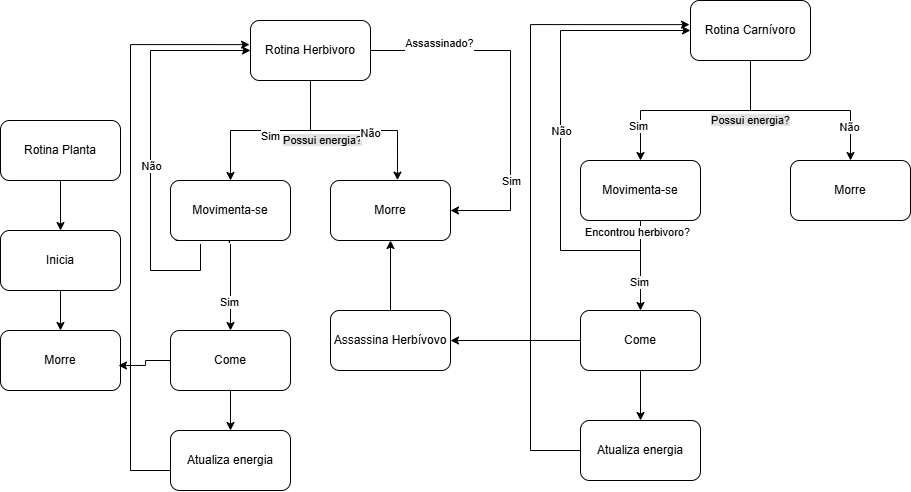
Above: documentacao/assets/flow_vida_animal.png in UnBParadigmas2024-2/2024.2-SMA-VidaSelvagem (draw.io), before the change. Source tidied: cells renumbered, new cells last; positions are measured from the earlier drawing's top-left corner, leaving out a move shared by most shapes. Source of this version:
```xml
<mxGraphModel>
  <root>
    <mxCell id="0" />
    <mxCell id="1" parent="0" />
    <mxCell id="2" style="edgeStyle=orthogonalEdgeStyle;rounded=0;jettySize=auto;html=1;" parent="1" edge="1" source="3" target="5">
      <mxGeometry relative="1" as="geometry" />
    </mxCell>
    <mxCell id="3" value="Rotina Planta" style="rounded=1;whiteSpace=wrap;html=1;" parent="1" vertex="1">
      <mxGeometry y="120" width="120" height="60" as="geometry" />
    </mxCell>
    <mxCell id="4" style="edgeStyle=orthogonalEdgeStyle;rounded=0;jettySize=auto;html=1;entryX=0.5;entryY=0;entryDx=0;entryDy=0;" parent="1" edge="1" source="5" target="6">
      <mxGeometry relative="1" as="geometry" />
    </mxCell>
    <mxCell id="5" value="Inicia" style="rounded=1;whiteSpace=wrap;html=1;" parent="1" vertex="1">
      <mxGeometry y="230" width="120" height="60" as="geometry" />
    </mxCell>
    <mxCell id="6" value="Morre" style="rounded=1;whiteSpace=wrap;html=1;" parent="1" vertex="1">
      <mxGeometry y="330" width="120" height="60" as="geometry" />
    </mxCell>
    <mxCell id="7" style="edgeStyle=orthogonalEdgeStyle;rounded=0;jettySize=auto;html=1;" parent="1" edge="1" source="15" target="21">
      <mxGeometry relative="1" as="geometry" />
    </mxCell>
    <mxCell id="8" value="Sim" style="edgeLabel;html=1;align=center;verticalAlign=middle;" parent="7" vertex="1">
      <mxGeometry x="0.67" y="-2" relative="1" as="geometry">
        <mxPoint x="42" y="-15" as="offset" />
      </mxGeometry>
    </mxCell>
    <mxCell id="9" value="&lt;span style=&quot;background-color: rgb(227, 227, 227);&quot;&gt;Possui energia?&lt;/span&gt;" style="edgeLabel;html=1;align=center;verticalAlign=middle;labelBackgroundColor=#FFFFFF;" parent="7" vertex="1">
      <mxGeometry x="-0.24" relative="1" as="geometry">
        <mxPoint x="30" y="10" as="offset" />
      </mxGeometry>
    </mxCell>
    <mxCell id="10" style="edgeStyle=orthogonalEdgeStyle;rounded=0;jettySize=auto;html=1;entryX=0.558;entryY=-0.006;entryDx=0;entryDy=0;entryPerimeter=0;" parent="1" edge="1" source="15" target="22">
      <mxGeometry relative="1" as="geometry" />
    </mxCell>
    <mxCell id="11" value="Não" style="edgeLabel;html=1;align=center;verticalAlign=middle;" parent="10" vertex="1">
      <mxGeometry x="0.67" y="-1" relative="1" as="geometry">
        <mxPoint x="-26" y="-15" as="offset" />
      </mxGeometry>
    </mxCell>
    <mxCell id="12" style="edgeStyle=orthogonalEdgeStyle;rounded=0;jettySize=auto;html=1;entryX=1;entryY=0.5;entryDx=0;entryDy=0;exitX=1;exitY=0.5;exitDx=0;exitDy=0;" parent="1" edge="1" source="15" target="22">
      <mxGeometry relative="1" as="geometry">
        <Array as="points">
          <mxPoint x="510" y="50" />
          <mxPoint x="510" y="210" />
        </Array>
      </mxGeometry>
    </mxCell>
    <mxCell id="13" value="Assassinado?&lt;div&gt;&lt;br&gt;&lt;/div&gt;" style="edgeLabel;html=1;align=center;verticalAlign=middle;" parent="12" vertex="1">
      <mxGeometry x="-0.62" y="1" relative="1" as="geometry">
        <mxPoint y="1" as="offset" />
      </mxGeometry>
    </mxCell>
    <mxCell id="14" value="Sim" style="edgeLabel;html=1;align=center;verticalAlign=middle;" parent="12" vertex="1">
      <mxGeometry x="0.5" y="1" relative="1" as="geometry" />
    </mxCell>
    <mxCell id="15" value="Rotina Herbivoro" style="rounded=1;whiteSpace=wrap;html=1;" parent="1" vertex="1">
      <mxGeometry x="250" y="20" width="120" height="60" as="geometry" />
    </mxCell>
    <mxCell id="16" style="edgeStyle=orthogonalEdgeStyle;rounded=0;jettySize=auto;html=1;" parent="1" edge="1" source="21" target="24">
      <mxGeometry relative="1" as="geometry" />
    </mxCell>
    <mxCell id="17" value="Sim" style="edgeLabel;html=1;align=center;verticalAlign=middle;" parent="16" vertex="1">
      <mxGeometry x="0.38" y="-1" relative="1" as="geometry" />
    </mxCell>
    <mxCell id="18" style="edgeStyle=orthogonalEdgeStyle;rounded=0;jettySize=auto;html=1;entryX=0;entryY=0.5;entryDx=0;entryDy=0;exitX=0.5;exitY=1;exitDx=0;exitDy=0;" parent="1" edge="1" source="21" target="15">
      <mxGeometry relative="1" as="geometry">
        <Array as="points">
          <mxPoint x="200" y="240" />
          <mxPoint x="200" y="270" />
          <mxPoint x="150" y="270" />
          <mxPoint x="150" y="50" />
        </Array>
      </mxGeometry>
    </mxCell>
    <mxCell id="19" value="Não" style="edgeLabel;html=1;align=center;verticalAlign=middle;" parent="18" vertex="1">
      <mxGeometry y="-1" relative="1" as="geometry" />
    </mxCell>
    <mxCell id="20" value="Encontrou planta?" style="edgeLabel;html=1;align=center;verticalAlign=middle;" parent="18" vertex="1">
      <mxGeometry x="-0.95" y="-3" relative="1" as="geometry" />
    </mxCell>
    <mxCell id="21" value="Movimenta-se" style="rounded=1;whiteSpace=wrap;html=1;" parent="1" vertex="1">
      <mxGeometry x="170" y="180" width="120" height="60" as="geometry" />
    </mxCell>
    <mxCell id="22" value="Morre" style="rounded=1;whiteSpace=wrap;html=1;" parent="1" vertex="1">
      <mxGeometry x="330" y="180" width="120" height="60" as="geometry" />
    </mxCell>
    <mxCell id="23" style="edgeStyle=orthogonalEdgeStyle;rounded=0;jettySize=auto;html=1;" parent="1" edge="1" source="24" target="25">
      <mxGeometry relative="1" as="geometry" />
    </mxCell>
    <mxCell id="24" value="Come" style="rounded=1;whiteSpace=wrap;html=1;" parent="1" vertex="1">
      <mxGeometry x="170" y="330" width="120" height="60" as="geometry" />
    </mxCell>
    <mxCell id="25" value="Atualiza energia" style="rounded=1;whiteSpace=wrap;html=1;" parent="1" vertex="1">
      <mxGeometry x="170" y="430" width="120" height="60" as="geometry" />
    </mxCell>
    <mxCell id="26" style="edgeStyle=orthogonalEdgeStyle;rounded=0;jettySize=auto;html=1;entryX=-0.008;entryY=0.402;entryDx=0;entryDy=0;entryPerimeter=0;" parent="1" edge="1" source="25" target="15">
      <mxGeometry relative="1" as="geometry">
        <Array as="points">
          <mxPoint x="130" y="470" />
          <mxPoint x="130" y="44" />
        </Array>
      </mxGeometry>
    </mxCell>
    <mxCell id="27" style="edgeStyle=orthogonalEdgeStyle;rounded=0;jettySize=auto;html=1;entryX=0.983;entryY=0.583;entryDx=0;entryDy=0;entryPerimeter=0;" parent="1" edge="1" source="24" target="6">
      <mxGeometry relative="1" as="geometry" />
    </mxCell>
    <mxCell id="28" style="edgeStyle=orthogonalEdgeStyle;rounded=0;jettySize=auto;html=1;" parent="1" edge="1" source="33" target="39">
      <mxGeometry relative="1" as="geometry" />
    </mxCell>
    <mxCell id="29" value="Sim" style="edgeLabel;html=1;align=center;verticalAlign=middle;" parent="28" vertex="1">
      <mxGeometry x="0.67" y="-2" relative="1" as="geometry" />
    </mxCell>
    <mxCell id="30" value="&lt;span style=&quot;background-color: rgb(227, 227, 227);&quot;&gt;Possui energia?&lt;/span&gt;" style="edgeLabel;html=1;align=center;verticalAlign=middle;labelBackgroundColor=#FFFFFF;" parent="28" vertex="1">
      <mxGeometry x="-0.24" relative="1" as="geometry">
        <mxPoint x="30" y="10" as="offset" />
      </mxGeometry>
    </mxCell>
    <mxCell id="31" style="edgeStyle=orthogonalEdgeStyle;rounded=0;jettySize=auto;html=1;" parent="1" edge="1" source="33" target="40">
      <mxGeometry relative="1" as="geometry" />
    </mxCell>
    <mxCell id="32" value="Não" style="edgeLabel;html=1;align=center;verticalAlign=middle;" parent="31" vertex="1">
      <mxGeometry x="0.67" y="-1" relative="1" as="geometry" />
    </mxCell>
    <mxCell id="33" value="Rotina Carnívoro" style="rounded=1;whiteSpace=wrap;html=1;" parent="1" vertex="1">
      <mxGeometry x="690" width="120" height="60" as="geometry" />
    </mxCell>
    <mxCell id="34" style="edgeStyle=orthogonalEdgeStyle;rounded=0;jettySize=auto;html=1;" parent="1" edge="1" source="39" target="43">
      <mxGeometry relative="1" as="geometry" />
    </mxCell>
    <mxCell id="35" value="Sim" style="edgeLabel;html=1;align=center;verticalAlign=middle;" parent="34" vertex="1">
      <mxGeometry x="0.38" y="-1" relative="1" as="geometry" />
    </mxCell>
    <mxCell id="36" style="edgeStyle=orthogonalEdgeStyle;rounded=0;jettySize=auto;html=1;entryX=0;entryY=0.5;entryDx=0;entryDy=0;exitX=0.5;exitY=1;exitDx=0;exitDy=0;" parent="1" edge="1" source="39" target="33">
      <mxGeometry relative="1" as="geometry">
        <Array as="points">
          <mxPoint x="640" y="250" />
          <mxPoint x="560" y="250" />
          <mxPoint x="560" y="30" />
        </Array>
      </mxGeometry>
    </mxCell>
    <mxCell id="37" value="Não" style="edgeLabel;html=1;align=center;verticalAlign=middle;" parent="36" vertex="1">
      <mxGeometry y="-1" relative="1" as="geometry" />
    </mxCell>
    <mxCell id="38" value="Encontrou herbivoro?" style="edgeLabel;html=1;align=center;verticalAlign=middle;" parent="36" vertex="1">
      <mxGeometry x="-0.95" y="-3" relative="1" as="geometry" />
    </mxCell>
    <mxCell id="39" value="Movimenta-se" style="rounded=1;whiteSpace=wrap;html=1;" parent="1" vertex="1">
      <mxGeometry x="580" y="160" width="120" height="60" as="geometry" />
    </mxCell>
    <mxCell id="40" value="Morre" style="rounded=1;whiteSpace=wrap;html=1;" parent="1" vertex="1">
      <mxGeometry x="790" y="160" width="120" height="60" as="geometry" />
    </mxCell>
    <mxCell id="41" style="edgeStyle=orthogonalEdgeStyle;rounded=0;jettySize=auto;html=1;" parent="1" edge="1" source="43" target="44">
      <mxGeometry relative="1" as="geometry" />
    </mxCell>
    <mxCell id="42" style="edgeStyle=orthogonalEdgeStyle;rounded=0;jettySize=auto;html=1;" parent="1" edge="1" source="43" target="47">
      <mxGeometry relative="1" as="geometry" />
    </mxCell>
    <mxCell id="43" value="Come" style="rounded=1;whiteSpace=wrap;html=1;" parent="1" vertex="1">
      <mxGeometry x="580" y="310" width="120" height="60" as="geometry" />
    </mxCell>
    <mxCell id="44" value="Atualiza energia" style="rounded=1;whiteSpace=wrap;html=1;" parent="1" vertex="1">
      <mxGeometry x="580" y="420" width="120" height="60" as="geometry" />
    </mxCell>
    <mxCell id="45" style="edgeStyle=orthogonalEdgeStyle;rounded=0;jettySize=auto;html=1;entryX=-0.008;entryY=0.402;entryDx=0;entryDy=0;entryPerimeter=0;" parent="1" edge="1" source="44" target="33">
      <mxGeometry relative="1" as="geometry">
        <Array as="points">
          <mxPoint x="530" y="450" />
          <mxPoint x="530" y="24" />
        </Array>
      </mxGeometry>
    </mxCell>
    <mxCell id="46" style="edgeStyle=orthogonalEdgeStyle;rounded=0;jettySize=auto;html=1;" parent="1" edge="1" source="47" target="22">
      <mxGeometry relative="1" as="geometry" />
    </mxCell>
    <mxCell id="47" value="Assassina Herbívovo" style="rounded=1;whiteSpace=wrap;html=1;" parent="1" vertex="1">
      <mxGeometry x="330" y="310" width="120" height="60" as="geometry" />
    </mxCell>
  </root>
</mxGraphModel>
```
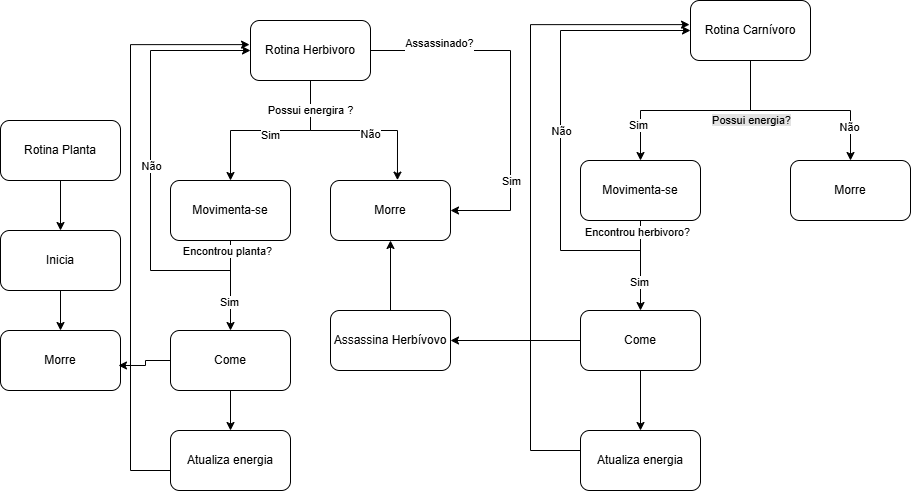
Above is the later version.

What changed in the source:
```diff
@@ -25,11 +25,6 @@
         <mxPoint x="42" y="-15" as="offset" />
       </mxGeometry>
     </mxCell>
-    <mxCell id="9" value="&lt;span style=&quot;background-color: rgb(227, 227, 227);&quot;&gt;Possui energia?&lt;/span&gt;" style="edgeLabel;html=1;align=center;verticalAlign=middle;labelBackgroundColor=#FFFFFF;" parent="7" vertex="1">
-      <mxGeometry x="-0.24" relative="1" as="geometry">
-        <mxPoint x="30" y="10" as="offset" />
-      </mxGeometry>
-    </mxCell>
     <mxCell id="10" style="edgeStyle=orthogonalEdgeStyle;rounded=0;jettySize=auto;html=1;entryX=0.558;entryY=-0.006;entryDx=0;entryDy=0;entryPerimeter=0;" parent="1" edge="1" source="15" target="22">
       <mxGeometry relative="1" as="geometry" />
     </mxCell>
@@ -66,8 +61,7 @@
     <mxCell id="18" style="edgeStyle=orthogonalEdgeStyle;rounded=0;jettySize=auto;html=1;entryX=0;entryY=0.5;entryDx=0;entryDy=0;exitX=0.5;exitY=1;exitDx=0;exitDy=0;" parent="1" edge="1" source="21" target="15">
       <mxGeometry relative="1" as="geometry">
         <Array as="points">
-          <mxPoint x="200" y="240" />
-          <mxPoint x="200" y="270" />
+          <mxPoint x="230" y="270" />
           <mxPoint x="150" y="270" />
           <mxPoint x="150" y="50" />
         </Array>
@@ -77,7 +71,9 @@
       <mxGeometry y="-1" relative="1" as="geometry" />
     </mxCell>
     <mxCell id="20" value="Encontrou planta?" style="edgeLabel;html=1;align=center;verticalAlign=middle;" parent="18" vertex="1">
-      <mxGeometry x="-0.95" y="-3" relative="1" as="geometry" />
+      <mxGeometry x="-0.95" y="-3" relative="1" as="geometry">
+        <mxPoint y="-1" as="offset" />
+      </mxGeometry>
     </mxCell>
     <mxCell id="21" value="Movimenta-se" style="rounded=1;whiteSpace=wrap;html=1;" parent="1" vertex="1">
       <mxGeometry x="170" y="180" width="120" height="60" as="geometry" />
@@ -162,7 +158,7 @@
       <mxGeometry x="580" y="310" width="120" height="60" as="geometry" />
     </mxCell>
     <mxCell id="44" value="Atualiza energia" style="rounded=1;whiteSpace=wrap;html=1;" parent="1" vertex="1">
-      <mxGeometry x="580" y="420" width="120" height="60" as="geometry" />
+      <mxGeometry x="580" y="430" width="120" height="60" as="geometry" />
     </mxCell>
     <mxCell id="45" style="edgeStyle=orthogonalEdgeStyle;rounded=0;jettySize=auto;html=1;entryX=-0.008;entryY=0.402;entryDx=0;entryDy=0;entryPerimeter=0;" parent="1" edge="1" source="44" target="33">
       <mxGeometry relative="1" as="geometry">
@@ -178,5 +174,8 @@
     <mxCell id="47" value="Assassina Herbívovo" style="rounded=1;whiteSpace=wrap;html=1;" parent="1" vertex="1">
       <mxGeometry x="330" y="310" width="120" height="60" as="geometry" />
     </mxCell>
+    <mxCell id="48" value="Possui energira ?" style="edgeLabel;html=1;align=center;verticalAlign=middle;" parent="1" vertex="1">
+      <mxGeometry x="310" y="110" as="geometry" />
+    </mxCell>
   </root>
 </mxGraphModel>
```
